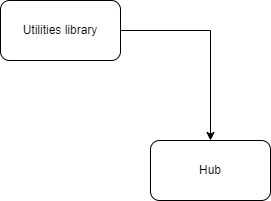
This is services.drawio.png from Instrate/nestmicroshow, a draw.io export, as it was before one commit. Source tidied: cells renumbered, new cells last; positions are measured from the earlier drawing's top-left corner, leaving out a move shared by most shapes.
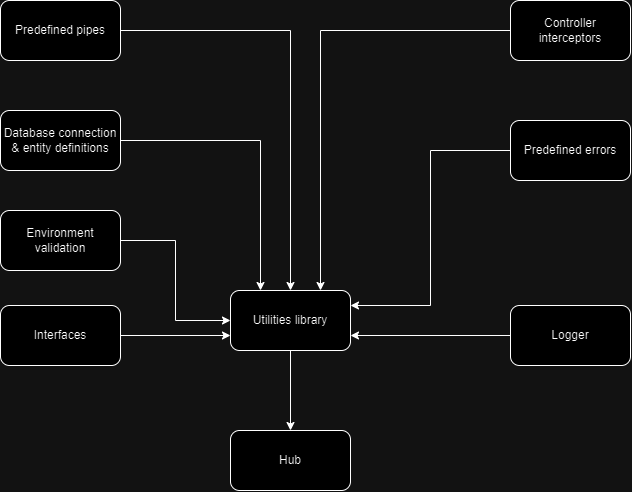
After the change.

What changed in the source:
```diff
@@ -6,10 +6,52 @@
       <mxGeometry relative="1" as="geometry" />
     </mxCell>
     <mxCell id="3" value="Utilities library" style="rounded=1;whiteSpace=wrap;html=1;" parent="1" vertex="1">
-      <mxGeometry width="120" height="60" as="geometry" />
+      <mxGeometry y="270" width="120" height="60" as="geometry" />
     </mxCell>
     <mxCell id="4" value="Hub" style="whiteSpace=wrap;html=1;rounded=1;" parent="1" vertex="1">
-      <mxGeometry x="150" y="140" width="120" height="60" as="geometry" />
+      <mxGeometry y="410" width="120" height="60" as="geometry" />
     </mxCell>
+    <mxCell id="5" style="edgeStyle=orthogonalEdgeStyle;rounded=0;jettySize=auto;html=1;exitX=1;exitY=0.5;exitDx=0;exitDy=0;entryX=0.25;entryY=0;entryDx=0;entryDy=0;" parent="1" edge="1" source="6" target="3">
+      <mxGeometry relative="1" as="geometry" />
+    </mxCell>
+    <mxCell id="6" value="Database connection &amp;amp; entity definitions" style="rounded=1;whiteSpace=wrap;html=1;" parent="1" vertex="1">
+      <mxGeometry x="-230" y="90" width="120" height="60" as="geometry" />
+    </mxCell>
+    <mxCell id="7" style="edgeStyle=orthogonalEdgeStyle;rounded=0;jettySize=auto;html=1;entryX=0;entryY=0.5;entryDx=0;entryDy=0;" parent="1" edge="1" source="8" target="3">
+      <mxGeometry relative="1" as="geometry" />
+    </mxCell>
+    <mxCell id="8" value="Environment validation" style="rounded=1;whiteSpace=wrap;html=1;" parent="1" vertex="1">
+      <mxGeometry x="-230" y="190" width="120" height="60" as="geometry" />
+    </mxCell>
+    <mxCell id="9" style="edgeStyle=orthogonalEdgeStyle;rounded=0;jettySize=auto;html=1;entryX=0.5;entryY=0;entryDx=0;entryDy=0;" parent="1" edge="1" source="10" target="3">
+      <mxGeometry relative="1" as="geometry" />
+    </mxCell>
+    <mxCell id="10" value="Predefined pipes" style="rounded=1;whiteSpace=wrap;html=1;" parent="1" vertex="1">
+      <mxGeometry x="-230" y="-20" width="120" height="60" as="geometry" />
+    </mxCell>
+    <mxCell id="11" style="edgeStyle=orthogonalEdgeStyle;rounded=0;jettySize=auto;html=1;exitX=0;exitY=0.5;exitDx=0;exitDy=0;entryX=0.75;entryY=0;entryDx=0;entryDy=0;" parent="1" edge="1" source="12" target="3">
+      <mxGeometry relative="1" as="geometry" />
+    </mxCell>
+    <mxCell id="12" value="Controller interceptors" style="rounded=1;whiteSpace=wrap;html=1;" parent="1" vertex="1">
+      <mxGeometry x="280" y="-20" width="120" height="60" as="geometry" />
+    </mxCell>
+    <mxCell id="13" style="edgeStyle=orthogonalEdgeStyle;rounded=0;jettySize=auto;html=1;entryX=0;entryY=0.75;entryDx=0;entryDy=0;" parent="1" edge="1" source="14" target="3">
+      <mxGeometry relative="1" as="geometry" />
+    </mxCell>
+    <mxCell id="14" value="Interfaces" style="rounded=1;whiteSpace=wrap;html=1;" parent="1" vertex="1">
+      <mxGeometry x="-230" y="285" width="120" height="60" as="geometry" />
+    </mxCell>
+    <mxCell id="15" style="edgeStyle=orthogonalEdgeStyle;rounded=0;jettySize=auto;html=1;exitX=0;exitY=0.5;exitDx=0;exitDy=0;entryX=1;entryY=0.25;entryDx=0;entryDy=0;" parent="1" edge="1" source="16" target="3">
+      <mxGeometry relative="1" as="geometry" />
+    </mxCell>
+    <mxCell id="16" value="Predefined errors" style="rounded=1;whiteSpace=wrap;html=1;" parent="1" vertex="1">
+      <mxGeometry x="280" y="100" width="120" height="60" as="geometry" />
+    </mxCell>
+    <mxCell id="17" style="edgeStyle=orthogonalEdgeStyle;rounded=0;jettySize=auto;html=1;exitX=0;exitY=0.5;exitDx=0;exitDy=0;entryX=1;entryY=0.75;entryDx=0;entryDy=0;" parent="1" edge="1" source="18" target="3">
+      <mxGeometry relative="1" as="geometry" />
+    </mxCell>
+    <mxCell id="18" value="Logger" style="rounded=1;whiteSpace=wrap;html=1;" parent="1" vertex="1">
+      <mxGeometry x="280" y="285" width="120" height="60" as="geometry" />
+    </mxCell>
   </root>
 </mxGraphModel>
```
